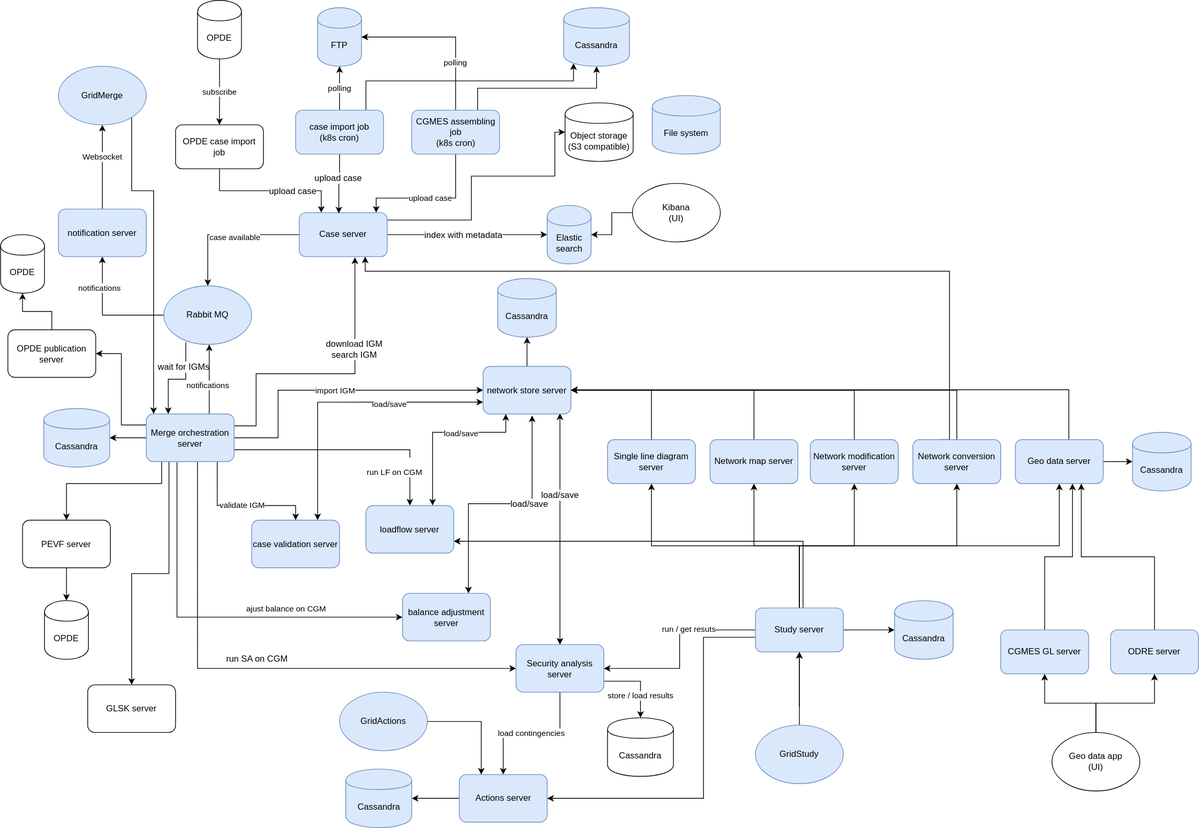
This is architecture.svg from gridsuite/gridsuite.github.io, a draw.io export, as it was before one commit. Source tidied: cells renumbered, new cells last; positions are measured from the earlier drawing's top-left corner, leaving out a move shared by most shapes.
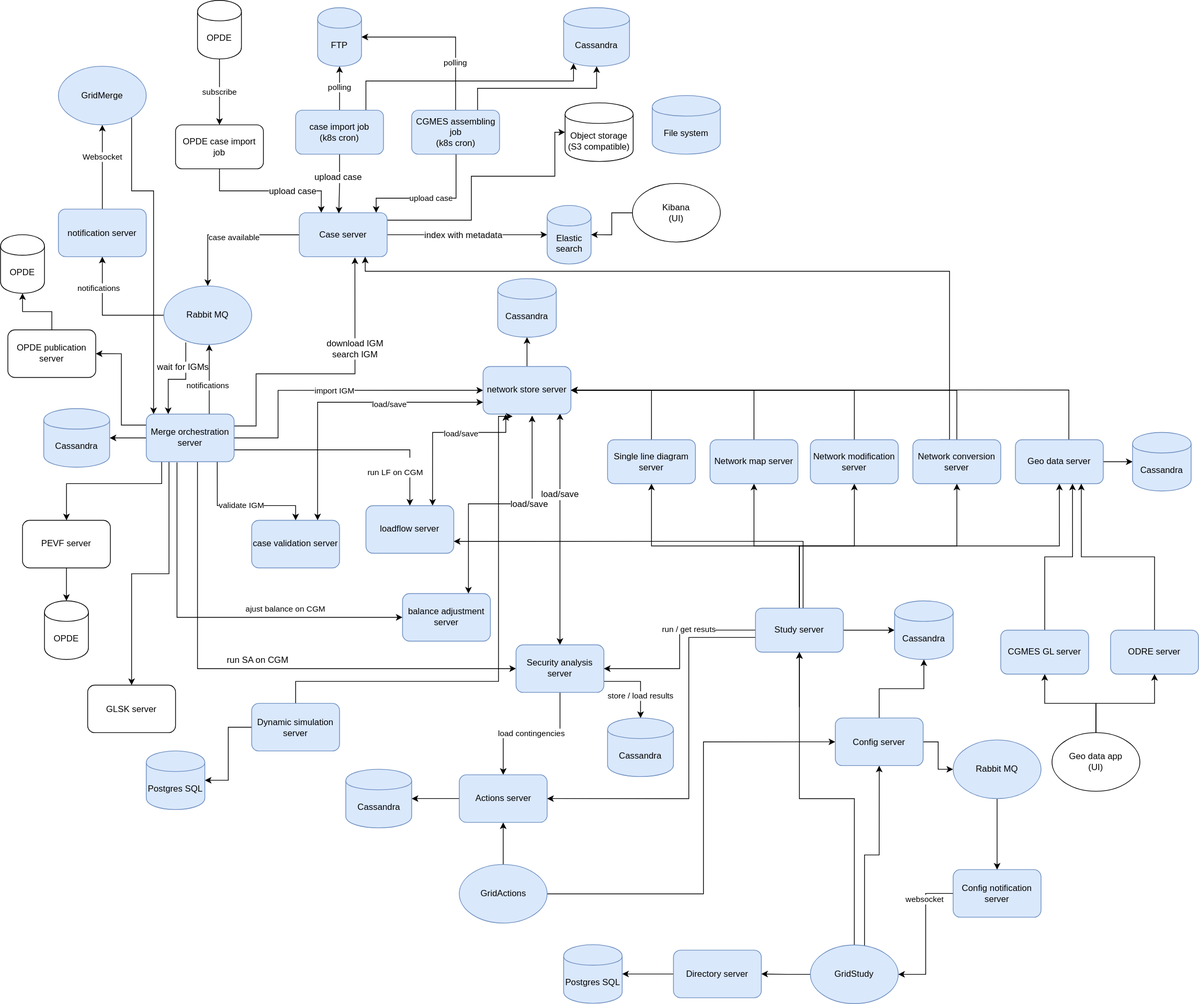
After the change.

Commit message:
Add missing services

What changed in the source:
```diff
@@ -267,9 +267,6 @@
     <mxCell id="61" value="Cassandra" style="shape=cylinder;whiteSpace=wrap;html=1;boundedLbl=1;backgroundOutline=1;fillColor=#dae8fc;strokeColor=#6c8ebf;" parent="1" vertex="1">
       <mxGeometry x="471.5" y="1050" width="90" height="80" as="geometry" />
     </mxCell>
-    <mxCell id="62" style="edgeStyle=orthogonalEdgeStyle;rounded=0;jettySize=auto;html=1;entryX=0.25;entryY=0;entryDx=0;entryDy=0;exitX=1;exitY=0.5;exitDx=0;exitDy=0;" parent="1" edge="1" source="106" target="60">
-      <mxGeometry relative="1" as="geometry" />
-    </mxCell>
     <mxCell id="63" style="edgeStyle=orthogonalEdgeStyle;rounded=0;jettySize=auto;html=1;exitX=0.75;exitY=0;exitDx=0;exitDy=0;entryX=0;entryY=0.75;entryDx=0;entryDy=0;startArrow=classic;startFill=1;" parent="1" edge="1" source="65" target="40">
       <mxGeometry relative="1" as="geometry" />
     </mxCell>
@@ -336,8 +333,8 @@
     <mxCell id="82" style="edgeStyle=orthogonalEdgeStyle;rounded=0;jettySize=auto;html=1;entryX=1;entryY=0.5;entryDx=0;entryDy=0;" parent="1" edge="1" source="83" target="60">
       <mxGeometry relative="1" as="geometry">
         <Array as="points">
-          <mxPoint x="960" y="870" />
-          <mxPoint x="960" y="1090" />
+          <mxPoint x="940" y="870" />
+          <mxPoint x="940" y="1090" />
         </Array>
       </mxGeometry>
     </mxCell>
@@ -423,8 +420,19 @@
     <mxCell id="105" value="&lt;div&gt;Geo data app &lt;br&gt;&lt;/div&gt;&lt;div&gt;(UI)&lt;/div&gt;" style="ellipse;whiteSpace=wrap;html=1;" parent="1" vertex="1">
       <mxGeometry x="1436" y="1000" width="120" height="80" as="geometry" />
     </mxCell>
+    <mxCell id="62" style="edgeStyle=orthogonalEdgeStyle;rounded=0;jettySize=auto;html=1;entryX=0.5;entryY=1;entryDx=0;entryDy=0;" parent="1" edge="1" source="106" target="60">
+      <mxGeometry relative="1" as="geometry" />
+    </mxCell>
+    <mxCell id="123" style="edgeStyle=orthogonalEdgeStyle;rounded=0;jettySize=auto;html=1;entryX=0;entryY=0.5;entryDx=0;entryDy=0;" parent="1" edge="1" source="106" target="128">
+      <mxGeometry relative="1" as="geometry">
+        <Array as="points">
+          <mxPoint x="960" y="1220" />
+          <mxPoint x="960" y="1013" />
+        </Array>
+      </mxGeometry>
+    </mxCell>
     <mxCell id="106" value="GridActions" style="ellipse;whiteSpace=wrap;html=1;fillColor=#dae8fc;strokeColor=#6c8ebf;" parent="1" vertex="1">
-      <mxGeometry x="463" y="945" width="120" height="80" as="geometry" />
+      <mxGeometry x="626.5" y="1180" width="120" height="80" as="geometry" />
     </mxCell>
     <mxCell id="107" style="edgeStyle=orthogonalEdgeStyle;rounded=0;jettySize=auto;html=1;" parent="1" edge="1" source="108" target="56">
       <mxGeometry relative="1" as="geometry">
@@ -464,10 +472,21 @@
     <mxCell id="117" style="edgeStyle=orthogonalEdgeStyle;rounded=0;jettySize=auto;html=1;" parent="1" edge="1" source="118" target="83">
       <mxGeometry relative="1" as="geometry" />
     </mxCell>
+    <mxCell id="124" style="edgeStyle=orthogonalEdgeStyle;rounded=0;jettySize=auto;html=1;entryX=0.5;entryY=1;entryDx=0;entryDy=0;" parent="1" edge="1" source="118" target="128">
+      <mxGeometry relative="1" as="geometry">
+        <Array as="points">
+          <mxPoint x="1180" y="1167" />
+          <mxPoint x="1200" y="1167" />
+        </Array>
+      </mxGeometry>
+    </mxCell>
+    <mxCell id="125" style="edgeStyle=orthogonalEdgeStyle;rounded=0;jettySize=auto;html=1;entryX=1;entryY=0.5;entryDx=0;entryDy=0;" parent="1" edge="1" source="118" target="135">
+      <mxGeometry relative="1" as="geometry" />
+    </mxCell>
     <mxCell id="118" value="GridStudy" style="ellipse;whiteSpace=wrap;html=1;fillColor=#dae8fc;strokeColor=#6c8ebf;" parent="1" vertex="1">
-      <mxGeometry x="1031" y="990" width="120" height="80" as="geometry" />
+      <mxGeometry x="1106" y="1290" width="120" height="80" as="geometry" />
     </mxCell>
-    <mxCell id="119" value="Cassandra" style="shape=cylinder;whiteSpace=wrap;html=1;boundedLbl=1;backgroundOutline=1;" parent="1" vertex="1">
+    <mxCell id="119" value="Cassandra" style="shape=cylinder;whiteSpace=wrap;html=1;boundedLbl=1;backgroundOutline=1;fillColor=#dae8fc;strokeColor=#6c8ebf;" parent="1" vertex="1">
       <mxGeometry x="829" y="980" width="90" height="80" as="geometry" />
     </mxCell>
     <mxCell id="120" style="edgeStyle=orthogonalEdgeStyle;rounded=0;jettySize=auto;html=1;entryX=0.5;entryY=1;entryDx=0;entryDy=0;" parent="1" edge="1" source="121" target="122">
@@ -479,5 +498,56 @@
     <mxCell id="122" value="OPDE" style="shape=cylinder;whiteSpace=wrap;html=1;boundedLbl=1;backgroundOutline=1;" parent="1" vertex="1">
       <mxGeometry y="320" width="60" height="80" as="geometry" />
     </mxCell>
+    <mxCell id="126" style="edgeStyle=orthogonalEdgeStyle;rounded=0;jettySize=auto;html=1;" parent="1" edge="1" source="128" target="98">
+      <mxGeometry relative="1" as="geometry" />
+    </mxCell>
+    <mxCell id="127" style="edgeStyle=orthogonalEdgeStyle;rounded=0;jettySize=auto;html=1;entryX=0;entryY=0.5;entryDx=0;entryDy=0;" parent="1" edge="1" source="128" target="133">
+      <mxGeometry relative="1" as="geometry" />
+    </mxCell>
+    <mxCell id="128" value="Config server" style="rounded=1;whiteSpace=wrap;html=1;fillColor=#dae8fc;strokeColor=#6c8ebf;" parent="1" vertex="1">
+      <mxGeometry x="1140" y="980" width="120" height="65" as="geometry" />
+    </mxCell>
+    <mxCell id="129" style="edgeStyle=orthogonalEdgeStyle;rounded=0;jettySize=auto;html=1;entryX=1;entryY=0.5;entryDx=0;entryDy=0;" parent="1" edge="1" source="131" target="118">
+      <mxGeometry relative="1" as="geometry" />
+    </mxCell>
+    <mxCell id="130" value="websocket" style="edgeLabel;html=1;align=center;verticalAlign=middle;" parent="129" vertex="1">
+      <mxGeometry x="-0.51" y="-2" relative="1" as="geometry" />
+    </mxCell>
+    <mxCell id="131" value="Config notification server" style="rounded=1;whiteSpace=wrap;html=1;fillColor=#dae8fc;strokeColor=#6c8ebf;" parent="1" vertex="1">
+      <mxGeometry x="1301" y="1187" width="120" height="65" as="geometry" />
+    </mxCell>
+    <mxCell id="132" style="edgeStyle=orthogonalEdgeStyle;rounded=0;jettySize=auto;html=1;" parent="1" edge="1" source="133" target="131">
+      <mxGeometry relative="1" as="geometry" />
+    </mxCell>
+    <mxCell id="133" value="Rabbit MQ" style="ellipse;whiteSpace=wrap;html=1;fillColor=#dae8fc;strokeColor=#6c8ebf;" parent="1" vertex="1">
+      <mxGeometry x="1301" y="1010" width="120" height="80" as="geometry" />
+    </mxCell>
+    <mxCell id="134" style="edgeStyle=orthogonalEdgeStyle;rounded=0;jettySize=auto;html=1;" parent="1" edge="1" source="135" target="136">
+      <mxGeometry relative="1" as="geometry" />
+    </mxCell>
+    <mxCell id="135" value="Directory server" style="rounded=1;whiteSpace=wrap;html=1;fillColor=#dae8fc;strokeColor=#6c8ebf;" parent="1" vertex="1">
+      <mxGeometry x="919" y="1297" width="120" height="65" as="geometry" />
+    </mxCell>
+    <mxCell id="136" value="Postgres SQL" style="shape=cylinder;whiteSpace=wrap;html=1;boundedLbl=1;backgroundOutline=1;fillColor=#dae8fc;strokeColor=#6c8ebf;" parent="1" vertex="1">
+      <mxGeometry x="769" y="1289.5" width="80" height="80" as="geometry" />
+    </mxCell>
+    <mxCell id="137" style="edgeStyle=orthogonalEdgeStyle;rounded=0;jettySize=auto;html=1;entryX=0.336;entryY=1.047;entryDx=0;entryDy=0;entryPerimeter=0;" parent="1" edge="1" source="139" target="40">
+      <mxGeometry relative="1" as="geometry">
+        <Array as="points">
+          <mxPoint x="403" y="930" />
+          <mxPoint x="680" y="930" />
+          <mxPoint x="680" y="568" />
+        </Array>
+      </mxGeometry>
+    </mxCell>
+    <mxCell id="138" style="edgeStyle=orthogonalEdgeStyle;rounded=0;jettySize=auto;html=1;entryX=1;entryY=0.5;entryDx=0;entryDy=0;" parent="1" edge="1" source="139" target="140">
+      <mxGeometry relative="1" as="geometry" />
+    </mxCell>
+    <mxCell id="139" value="Dynamic simulation server" style="rounded=1;whiteSpace=wrap;html=1;fillColor=#dae8fc;strokeColor=#6c8ebf;" parent="1" vertex="1">
+      <mxGeometry x="343" y="960" width="120" height="65" as="geometry" />
+    </mxCell>
+    <mxCell id="140" value="Postgres SQL" style="shape=cylinder;whiteSpace=wrap;html=1;boundedLbl=1;backgroundOutline=1;fillColor=#dae8fc;strokeColor=#6c8ebf;" parent="1" vertex="1">
+      <mxGeometry x="199" y="1025" width="80" height="80" as="geometry" />
+    </mxCell>
   </root>
 </mxGraphModel>
```
